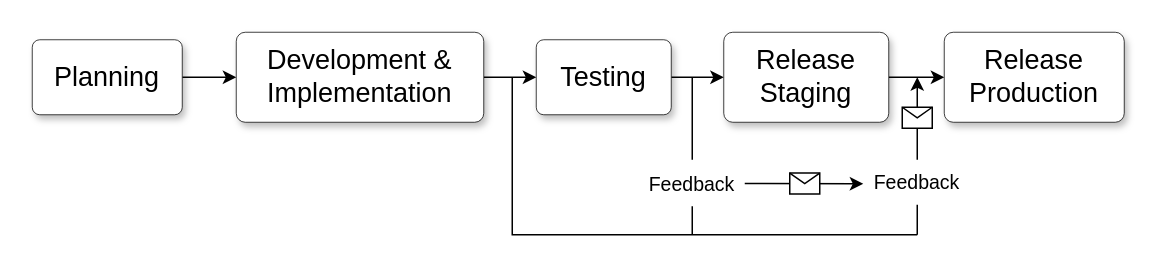
tech2etc/Pieartstudio keeps this draw.io diagram as Untitled Diagram.drawio. Above is the earlier version. Source tidied: cells renumbered, new cells numbered last; positions are measured from the earlier drawing's top-left corner, leaving out a move shared by most shapes. Both pictures are drawn from the tidied source at 150%, with x=0, y=0 at pixel (32, 32).
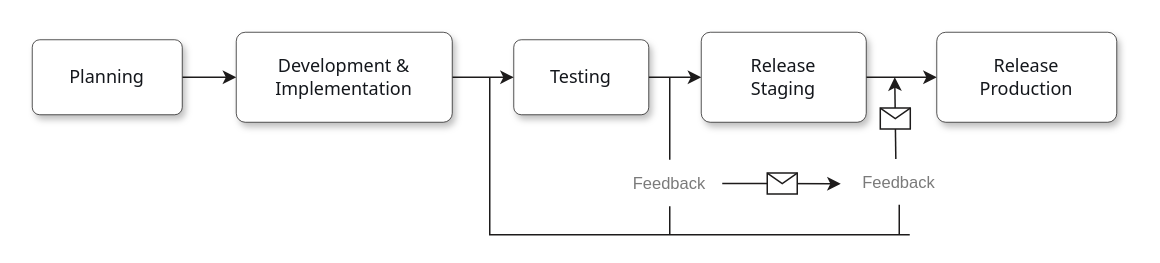
Above is the later version.

Diff of the diagram source:
```diff
@@
-    <mxCell id="2" style="edgeStyle=orthogonalEdgeStyle;rounded=0;jettySize=auto;html=1;exitX=1;exitY=0.5;exitDx=0;exitDy=0;entryX=0;entryY=0.5;entryDx=0;entryDy=0;" parent="1" edge="1" source="3" target="5">
+    <mxCell id="2" style="edgeStyle=orthogonalEdgeStyle;rounded=0;jettySize=auto;html=1;exitX=1;exitY=0.5;exitDx=0;exitDy=0;entryX=0;entryY=0.5;entryDx=0;entryDy=0;fontSize=12;fontFamily=Tahoma;strokeColor=#1d1b1b;fontColor=#14171C;" parent="1" edge="1" source="3" target="5">
       <mxGeometry relative="1" as="geometry" />
     </mxCell>
-    <mxCell id="3" value="&lt;font style=&quot;font-size: 18px;&quot;&gt;Planning&lt;/font&gt;" style="html=1;whiteSpace=wrap;rounded=1;arcSize=10;shadow=1;strokeWidth=0.5;" parent="1" vertex="1">
+    <mxCell id="3" value="&lt;font style=&quot;font-size: 12px;&quot;&gt;Planning&lt;/font&gt;" style="html=1;whiteSpace=wrap;rounded=1;arcSize=10;shadow=1;strokeWidth=0.5;fontSize=12;fontFamily=Tahoma;strokeColor=#1d1b1b;fontColor=#14171C;" parent="1" vertex="1">
       <mxGeometry y="5" width="100" height="50" as="geometry" />
     </mxCell>
-    <mxCell id="4" style="edgeStyle=orthogonalEdgeStyle;rounded=0;jettySize=auto;html=1;exitX=1;exitY=0.5;exitDx=0;exitDy=0;entryX=0;entryY=0.5;entryDx=0;entryDy=0;" parent="1" edge="1" source="5" target="7">
+    <mxCell id="4" style="edgeStyle=orthogonalEdgeStyle;rounded=0;jettySize=auto;html=1;exitX=1;exitY=0.5;exitDx=0;exitDy=0;entryX=0;entryY=0.5;entryDx=0;entryDy=0;fontSize=12;fontFamily=Tahoma;strokeColor=#1d1b1b;fontColor=#14171C;" parent="1" edge="1" source="5" target="7">
       <mxGeometry relative="1" as="geometry" />
     </mxCell>
-    <mxCell id="5" value="&lt;div style=&quot;font-size: 18px;&quot;&gt;&lt;font style=&quot;font-size: 18px;&quot;&gt;Development &amp;amp;&lt;/font&gt;&lt;/div&gt;&lt;div style=&quot;font-size: 18px;&quot;&gt;&lt;font style=&quot;font-size: 18px;&quot;&gt;Implementation&lt;/font&gt;&lt;/div&gt;" style="html=1;whiteSpace=wrap;rounded=1;arcSize=10;shadow=1;strokeWidth=0.5;" parent="1" vertex="1">
-      <mxGeometry x="136" width="165" height="60" as="geometry" />
+    <mxCell id="5" value="&lt;div style=&quot;font-size: 12px;&quot;&gt;&lt;font style=&quot;font-size: 12px;&quot;&gt;Development &amp;amp;&lt;/font&gt;&lt;/div&gt;&lt;div style=&quot;font-size: 12px;&quot;&gt;&lt;font style=&quot;font-size: 12px;&quot;&gt;Implementation&lt;/font&gt;&lt;/div&gt;" style="html=1;whiteSpace=wrap;rounded=1;arcSize=10;shadow=1;strokeWidth=0.5;fontSize=12;fontFamily=Tahoma;strokeColor=#1d1b1b;fontColor=#14171C;" parent="1" vertex="1">
+      <mxGeometry x="136" width="144" height="60" as="geometry" />
     </mxCell>
-    <mxCell id="6" style="edgeStyle=orthogonalEdgeStyle;rounded=0;jettySize=auto;html=1;exitX=1;exitY=0.5;exitDx=0;exitDy=0;entryX=0;entryY=0.5;entryDx=0;entryDy=0;" parent="1" edge="1" source="7" target="9">
+    <mxCell id="6" style="edgeStyle=orthogonalEdgeStyle;rounded=0;jettySize=auto;html=1;exitX=1;exitY=0.5;exitDx=0;exitDy=0;entryX=0;entryY=0.5;entryDx=0;entryDy=0;fontSize=12;fontFamily=Tahoma;strokeColor=#1d1b1b;fontColor=#14171C;" parent="1" edge="1" source="7" target="9">
       <mxGeometry relative="1" as="geometry" />
     </mxCell>
-    <mxCell id="7" value="&lt;font style=&quot;font-size: 18px;&quot;&gt;Testing&lt;/font&gt;" style="html=1;whiteSpace=wrap;rounded=1;arcSize=10;shadow=1;strokeWidth=0.5;" parent="1" vertex="1">
-      <mxGeometry x="336" y="5" width="90" height="50" as="geometry" />
+    <mxCell id="7" value="&lt;font style=&quot;font-size: 12px;&quot;&gt;Testing&lt;/font&gt;" style="html=1;whiteSpace=wrap;rounded=1;arcSize=10;shadow=1;strokeWidth=0.5;fontSize=12;fontFamily=Tahoma;strokeColor=#1d1b1b;fontColor=#14171C;" parent="1" vertex="1">
+      <mxGeometry x="321" y="5" width="90" height="50" as="geometry" />
     </mxCell>
-    <mxCell id="8" style="edgeStyle=orthogonalEdgeStyle;rounded=0;jettySize=auto;html=1;exitX=1;exitY=0.5;exitDx=0;exitDy=0;entryX=0;entryY=0.5;entryDx=0;entryDy=0;" parent="1" edge="1" source="9" target="11">
+    <mxCell id="8" style="edgeStyle=orthogonalEdgeStyle;rounded=0;jettySize=auto;html=1;exitX=1;exitY=0.5;exitDx=0;exitDy=0;entryX=0;entryY=0.5;entryDx=0;entryDy=0;fontSize=12;fontFamily=Tahoma;strokeColor=#1d1b1b;fontColor=#14171C;" parent="1" edge="1" source="9" target="11">
       <mxGeometry relative="1" as="geometry" />
     </mxCell>
-    <mxCell id="9" value="&lt;div style=&quot;font-size: 18px;&quot;&gt;&lt;div&gt;Release&lt;/div&gt;&lt;div&gt;&lt;span style=&quot;background-color: initial;&quot;&gt;Staging&lt;/span&gt;&lt;/div&gt;&lt;/div&gt;" style="html=1;whiteSpace=wrap;rounded=1;arcSize=10;shadow=1;strokeWidth=0.5;" parent="1" vertex="1">
-      <mxGeometry x="461" width="110" height="60" as="geometry" />
+    <mxCell id="9" value="&lt;div style=&quot;font-size: 12px;&quot;&gt;&lt;div style=&quot;font-size: 12px;&quot;&gt;Release&lt;/div&gt;&lt;div style=&quot;font-size: 12px;&quot;&gt;&lt;span style=&quot;background-color: initial; font-size: 12px;&quot;&gt;Staging&lt;/span&gt;&lt;/div&gt;&lt;/div&gt;" style="html=1;whiteSpace=wrap;rounded=1;arcSize=10;shadow=1;strokeWidth=0.5;fontSize=12;fontFamily=Tahoma;strokeColor=#1d1b1b;fontColor=#14171C;" parent="1" vertex="1">
+      <mxGeometry x="446" width="110" height="60" as="geometry" />
     </mxCell>
-    <mxCell id="10" value="Feedback" style="text;html=1;strokeColor=none;fillColor=none;align=center;verticalAlign=middle;whiteSpace=wrap;rounded=0;fontSize=13;" parent="1" vertex="1">
-      <mxGeometry x="560" y="85" width="60" height="30" as="geometry" />
+    <mxCell id="10" value="Feedback" style="text;html=1;strokeColor=#1d1b1b;fillColor=none;align=center;verticalAlign=middle;whiteSpace=wrap;rounded=0;fontSize=11;strokeWidth=0;fontColor=#7A7A7A;labelBorderColor=none;opacity=0;" parent="1" vertex="1">
+      <mxGeometry x="548" y="85" width="60" height="30" as="geometry" />
     </mxCell>
-    <mxCell id="11" value="&lt;div style=&quot;font-size: 18px;&quot;&gt;&lt;div&gt;Release&lt;/div&gt;&lt;div&gt;&lt;span style=&quot;background-color: initial;&quot;&gt;Production&lt;/span&gt;&lt;/div&gt;&lt;/div&gt;" style="html=1;whiteSpace=wrap;rounded=1;arcSize=10;shadow=1;strokeWidth=0.5;" parent="1" vertex="1">
-      <mxGeometry x="608" width="120" height="60" as="geometry" />
+    <mxCell id="11" value="&lt;div style=&quot;font-size: 12px;&quot;&gt;&lt;div style=&quot;font-size: 12px;&quot;&gt;Release&lt;/div&gt;&lt;div style=&quot;font-size: 12px;&quot;&gt;&lt;span style=&quot;background-color: initial; font-size: 12px;&quot;&gt;Production&lt;/span&gt;&lt;/div&gt;&lt;/div&gt;" style="html=1;whiteSpace=wrap;rounded=1;arcSize=10;shadow=1;strokeWidth=0.5;fontSize=12;fontFamily=Tahoma;strokeColor=#1d1b1b;fontColor=#14171C;" parent="1" vertex="1">
+      <mxGeometry x="603" width="120" height="60" as="geometry" />
     </mxCell>
-    <mxCell id="12" value="Feedback" style="text;html=1;strokeColor=none;fillColor=none;align=center;verticalAlign=middle;whiteSpace=wrap;rounded=0;fontSize=13;" parent="1" vertex="1">
-      <mxGeometry x="410" y="86" width="60" height="30" as="geometry" />
+    <mxCell id="12" value="Feedback" style="text;html=1;strokeColor=#1D1B1B;fillColor=none;align=center;verticalAlign=middle;whiteSpace=wrap;rounded=0;fontSize=11;strokeWidth=0;fontColor=#7A7A7A;labelBorderColor=none;opacity=0;" parent="1" vertex="1">
+      <mxGeometry x="395" y="86" width="60" height="30" as="geometry" />
     </mxCell>
-    <mxCell id="13" style="endArrow=none;html=1;rounded=0;edgeStyle=orthogonalEdgeStyle;" parent="1" edge="1">
+    <mxCell id="13" style="endArrow=none;html=1;rounded=0;edgeStyle=orthogonalEdgeStyle;fontSize=12;fontFamily=Tahoma;strokeColor=#1d1b1b;" parent="1" edge="1">
       <mxGeometry relative="1" as="geometry">
-        <mxPoint x="440" y="85" as="sourcePoint" />
-        <mxPoint x="440" y="30" as="targetPoint" />
+        <mxPoint x="425" y="85" as="sourcePoint" />
+        <mxPoint x="425" y="30" as="targetPoint" />
         <Array as="points">
-          <mxPoint x="440" y="75" />
-          <mxPoint x="440" y="75" />
+          <mxPoint x="425" y="75" />
+          <mxPoint x="425" y="75" />
         </Array>
       </mxGeometry>
     </mxCell>
-    <mxCell id="14" style="endArrow=classic;html=1;rounded=0;" parent="1" edge="1">
+    <mxCell id="14" style="endArrow=classic;html=1;rounded=0;fontSize=11;strokeColor=#1d1b1b;fontColor=#7A7A7A;labelBorderColor=none;" parent="1" edge="1">
       <mxGeometry relative="1" as="geometry">
-        <mxPoint x="475" y="100.8" as="sourcePoint" />
-        <mxPoint x="554" y="101" as="targetPoint" />
+        <mxPoint x="460" y="100.8" as="sourcePoint" />
+        <mxPoint x="539" y="101" as="targetPoint" />
       </mxGeometry>
     </mxCell>
-    <mxCell id="15" style="shape=message;html=1;" parent="14" vertex="1">
+    <mxCell id="15" style="shape=message;html=1;fontSize=11;strokeColor=#1d1b1b;fontColor=#7A7A7A;labelBorderColor=none;" parent="14" vertex="1">
       <mxGeometry width="20" height="14" relative="1" as="geometry">
         <mxPoint x="-10" y="-7" as="offset" />
       </mxGeometry>
     </mxCell>
-    <mxCell id="16" style="endArrow=classic;html=1;rounded=0;exitX=0.5;exitY=0;exitDx=0;exitDy=0;" parent="1" edge="1" source="10">
+    <mxCell id="16" style="endArrow=classic;html=1;rounded=0;exitX=0.462;exitY=-0.016;exitDx=0;exitDy=0;fontSize=12;fontFamily=Tahoma;strokeColor=#1d1b1b;exitPerimeter=0;" parent="1" edge="1" source="10">
       <mxGeometry relative="1" as="geometry">
-        <mxPoint x="590" y="30" as="targetPoint" />
+        <mxPoint x="575" y="30" as="targetPoint" />
       </mxGeometry>
     </mxCell>
-    <mxCell id="17" style="shape=message;html=1;" parent="16" vertex="1">
+    <mxCell id="17" style="shape=message;html=1;fontSize=12;fontFamily=Tahoma;strokeColor=#1d1b1b;fontColor=#14171C;" parent="16" vertex="1">
       <mxGeometry width="20" height="14" relative="1" as="geometry">
         <mxPoint x="-10" y="-7" as="offset" />
       </mxGeometry>
     </mxCell>
-    <mxCell id="18" style="endArrow=none;html=1;rounded=0;edgeStyle=orthogonalEdgeStyle;" parent="1" edge="1">
+    <mxCell id="18" style="endArrow=none;html=1;rounded=0;edgeStyle=orthogonalEdgeStyle;strokeColor=#1d1b1b;" parent="1" edge="1">
       <mxGeometry relative="1" as="geometry">
-        <mxPoint x="590" y="135" as="sourcePoint" />
-        <mxPoint x="320" y="30" as="targetPoint" />
+        <mxPoint x="585" y="135" as="sourcePoint" />
+        <mxPoint x="305" y="30" as="targetPoint" />
         <Array as="points">
-          <mxPoint x="320" y="75" />
-          <mxPoint x="320" y="75" />
+          <mxPoint x="305" y="75" />
+          <mxPoint x="305" y="75" />
         </Array>
       </mxGeometry>
     </mxCell>
-    <mxCell id="19" style="endArrow=none;html=1;rounded=0;entryX=0.5;entryY=1;entryDx=0;entryDy=0;" parent="1" edge="1" target="12">
+    <mxCell id="19" style="endArrow=none;html=1;rounded=0;entryX=0.5;entryY=1;entryDx=0;entryDy=0;fontSize=11;strokeColor=#1d1b1b;fontColor=#7A7A7A;labelBorderColor=#000000;" parent="1" edge="1" target="12">
       <mxGeometry relative="1" as="geometry">
-        <mxPoint x="440" y="135" as="sourcePoint" />
+        <mxPoint x="425" y="135" as="sourcePoint" />
       </mxGeometry>
     </mxCell>
-    <mxCell id="20" style="endArrow=none;html=1;rounded=0;entryX=0.5;entryY=1;entryDx=0;entryDy=0;" parent="1" edge="1" target="10">
+    <mxCell id="20" style="endArrow=none;html=1;rounded=0;entryX=0.5;entryY=1;entryDx=0;entryDy=0;fontSize=11;strokeColor=#1d1b1b;fontColor=#7A7A7A;labelBorderColor=#000000;" parent="1" edge="1" target="10">
       <mxGeometry relative="1" as="geometry">
-        <mxPoint x="590" y="135" as="sourcePoint" />
+        <mxPoint x="578" y="135" as="sourcePoint" />
       </mxGeometry>
     </mxCell>
```
